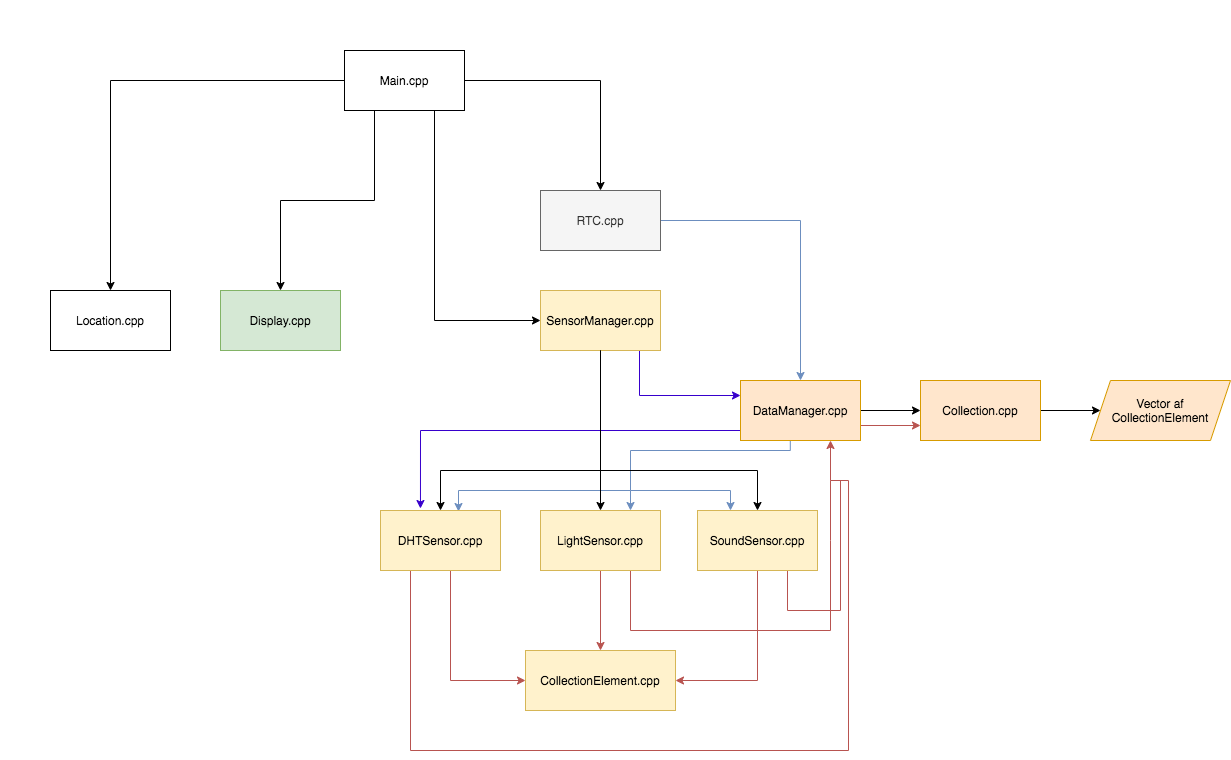
Earlier version of the draw.io export docs/img/class_thread_diagram.png (rasmus0201/ec3-office-monitor). Source tidied: cells renumbered, new cells last; positions are measured from the earlier drawing's top-left corner, leaving out a move shared by most shapes. The source it was exported from:
```xml
<mxGraphModel>
  <root>
    <mxCell id="0" />
    <mxCell id="1" parent="0" />
    <mxCell id="2" style="edgeStyle=orthogonalEdgeStyle;rounded=0;jettySize=auto;html=1;startArrow=none;startFill=0;endArrow=classic;endFill=1;entryX=0.5;entryY=0;entryDx=0;entryDy=0;" parent="1" edge="1" source="6" target="10">
      <mxGeometry relative="1" as="geometry" />
    </mxCell>
    <mxCell id="3" style="edgeStyle=orthogonalEdgeStyle;rounded=0;jettySize=auto;html=1;exitX=0.75;exitY=1;exitDx=0;exitDy=0;startArrow=none;startFill=0;endArrow=classic;endFill=1;entryX=0;entryY=0.5;entryDx=0;entryDy=0;" parent="1" edge="1" source="6" target="17">
      <mxGeometry relative="1" as="geometry" />
    </mxCell>
    <mxCell id="4" style="edgeStyle=orthogonalEdgeStyle;rounded=0;jettySize=auto;html=1;exitX=0.25;exitY=1;exitDx=0;exitDy=0;entryX=0.5;entryY=0;entryDx=0;entryDy=0;startArrow=none;startFill=0;endArrow=classic;endFill=1;" parent="1" edge="1" source="6" target="7">
      <mxGeometry relative="1" as="geometry" />
    </mxCell>
    <mxCell id="5" style="edgeStyle=orthogonalEdgeStyle;rounded=0;jettySize=auto;html=1;exitX=0;exitY=0.5;exitDx=0;exitDy=0;startArrow=none;startFill=0;endArrow=classic;endFill=1;" parent="1" edge="1" source="6" target="8">
      <mxGeometry relative="1" as="geometry" />
    </mxCell>
    <mxCell id="6" value="Main.cpp" style="rounded=0;whiteSpace=wrap;html=1;" parent="1" vertex="1">
      <mxGeometry x="294" width="120" height="60" as="geometry" />
    </mxCell>
    <mxCell id="7" value="Display.cpp" style="rounded=0;whiteSpace=wrap;html=1;fillColor=#d5e8d4;strokeColor=#82b366;" parent="1" vertex="1">
      <mxGeometry x="170" y="240" width="120" height="60" as="geometry" />
    </mxCell>
    <mxCell id="8" value="Location.cpp" style="rounded=0;whiteSpace=wrap;html=1;" parent="1" vertex="1">
      <mxGeometry y="240" width="120" height="60" as="geometry" />
    </mxCell>
    <mxCell id="9" style="edgeStyle=orthogonalEdgeStyle;rounded=0;jettySize=auto;html=1;entryX=0.5;entryY=0;entryDx=0;entryDy=0;startArrow=none;startFill=0;endArrow=classic;endFill=1;fillColor=#dae8fc;strokeColor=#6c8ebf;" parent="1" edge="1" source="10" target="16">
      <mxGeometry relative="1" as="geometry" />
    </mxCell>
    <mxCell id="10" value="RTC.cpp" style="rounded=0;whiteSpace=wrap;html=1;fillColor=#f5f5f5;strokeColor=#666666;fontColor=#333333;" parent="1" vertex="1">
      <mxGeometry x="490" y="140" width="120" height="60" as="geometry" />
    </mxCell>
    <mxCell id="11" style="edgeStyle=orthogonalEdgeStyle;rounded=0;jettySize=auto;html=1;entryX=0.825;entryY=0.983;entryDx=0;entryDy=0;endArrow=none;endFill=0;entryPerimeter=0;fillColor=#6a00ff;strokeColor=#3700CC;startArrow=classic;startFill=1;exitX=0;exitY=0.25;exitDx=0;exitDy=0;" parent="1" edge="1" source="16" target="17">
      <mxGeometry relative="1" as="geometry">
        <Array as="points">
          <mxPoint x="589" y="345" />
        </Array>
      </mxGeometry>
    </mxCell>
    <mxCell id="12" style="edgeStyle=orthogonalEdgeStyle;rounded=0;jettySize=auto;html=1;endArrow=classic;endFill=1;entryX=0.65;entryY=0.017;entryDx=0;entryDy=0;entryPerimeter=0;startArrow=none;startFill=0;fillColor=#dae8fc;strokeColor=#6c8ebf;exitX=0.415;exitY=1.01;exitDx=0;exitDy=0;exitPerimeter=0;" parent="1" edge="1" source="16" target="21">
      <mxGeometry relative="1" as="geometry">
        <Array as="points">
          <mxPoint x="740" y="400" />
          <mxPoint x="580" y="400" />
          <mxPoint x="580" y="440" />
          <mxPoint x="408" y="440" />
        </Array>
      </mxGeometry>
    </mxCell>
    <mxCell id="13" style="edgeStyle=orthogonalEdgeStyle;rounded=0;jettySize=auto;html=1;exitX=1;exitY=0.5;exitDx=0;exitDy=0;entryX=0;entryY=0.5;entryDx=0;entryDy=0;startArrow=none;startFill=0;endArrow=classic;endFill=1;" parent="1" edge="1" source="16" target="34">
      <mxGeometry relative="1" as="geometry" />
    </mxCell>
    <mxCell id="14" style="edgeStyle=orthogonalEdgeStyle;rounded=0;jettySize=auto;html=1;startArrow=none;startFill=0;endArrow=classic;endFill=1;entryX=0.333;entryY=-0.033;entryDx=0;entryDy=0;entryPerimeter=0;fillColor=#6a00ff;strokeColor=#3700CC;" parent="1" edge="1" target="21">
      <mxGeometry relative="1" as="geometry">
        <mxPoint x="690" y="380" as="sourcePoint" />
      </mxGeometry>
    </mxCell>
    <mxCell id="15" style="edgeStyle=orthogonalEdgeStyle;rounded=0;jettySize=auto;html=1;exitX=1;exitY=0.75;exitDx=0;exitDy=0;entryX=0;entryY=0.75;entryDx=0;entryDy=0;startArrow=none;startFill=0;endArrow=classic;endFill=1;fillColor=#f8cecc;strokeColor=#b85450;" parent="1" edge="1" source="16" target="34">
      <mxGeometry relative="1" as="geometry" />
    </mxCell>
    <mxCell id="16" value="DataManager.cpp" style="rounded=0;whiteSpace=wrap;html=1;fillColor=#ffe6cc;strokeColor=#d79b00;" parent="1" vertex="1">
      <mxGeometry x="690" y="330" width="120" height="60" as="geometry" />
    </mxCell>
    <mxCell id="17" value="SensorManager.cpp" style="rounded=0;whiteSpace=wrap;html=1;fillColor=#fff2cc;strokeColor=#d6b656;" parent="1" vertex="1">
      <mxGeometry x="490" y="240" width="120" height="60" as="geometry" />
    </mxCell>
    <mxCell id="18" style="edgeStyle=orthogonalEdgeStyle;rounded=0;jettySize=auto;html=1;endArrow=none;endFill=0;entryX=0.5;entryY=1;entryDx=0;entryDy=0;startArrow=classic;startFill=1;" parent="1" edge="1" source="21" target="17">
      <mxGeometry relative="1" as="geometry">
        <Array as="points">
          <mxPoint x="390" y="420" />
          <mxPoint x="550" y="420" />
        </Array>
      </mxGeometry>
    </mxCell>
    <mxCell id="19" style="edgeStyle=orthogonalEdgeStyle;rounded=0;jettySize=auto;html=1;startArrow=none;startFill=0;endArrow=classic;endFill=1;entryX=0;entryY=0.5;entryDx=0;entryDy=0;fillColor=#f8cecc;strokeColor=#b85450;" parent="1" edge="1" source="21" target="35">
      <mxGeometry relative="1" as="geometry">
        <Array as="points">
          <mxPoint x="400" y="630" />
        </Array>
      </mxGeometry>
    </mxCell>
    <mxCell id="20" style="edgeStyle=orthogonalEdgeStyle;rounded=0;jettySize=auto;html=1;exitX=0.25;exitY=1;exitDx=0;exitDy=0;startArrow=none;startFill=0;endArrow=classic;endFill=1;entryX=0.75;entryY=1;entryDx=0;entryDy=0;fillColor=#f8cecc;strokeColor=#b85450;" parent="1" edge="1" source="21" target="16">
      <mxGeometry relative="1" as="geometry">
        <Array as="points">
          <mxPoint x="360" y="700" />
          <mxPoint x="798" y="700" />
          <mxPoint x="798" y="430" />
          <mxPoint x="780" y="430" />
        </Array>
      </mxGeometry>
    </mxCell>
    <mxCell id="21" value="DHTSensor.cpp" style="rounded=0;whiteSpace=wrap;html=1;fillColor=#fff2cc;strokeColor=#d6b656;" parent="1" vertex="1">
      <mxGeometry x="330" y="460" width="120" height="60" as="geometry" />
    </mxCell>
    <mxCell id="22" style="edgeStyle=orthogonalEdgeStyle;rounded=0;jettySize=auto;html=1;endArrow=none;endFill=0;startArrow=classic;startFill=1;" parent="1" edge="1" source="25">
      <mxGeometry relative="1" as="geometry">
        <mxPoint x="550" y="410" as="targetPoint" />
      </mxGeometry>
    </mxCell>
    <mxCell id="23" style="edgeStyle=orthogonalEdgeStyle;rounded=0;jettySize=auto;html=1;entryX=0.5;entryY=0;entryDx=0;entryDy=0;startArrow=none;startFill=0;endArrow=classic;endFill=1;fillColor=#f8cecc;strokeColor=#b85450;" parent="1" edge="1" source="25" target="35">
      <mxGeometry relative="1" as="geometry" />
    </mxCell>
    <mxCell id="24" style="edgeStyle=orthogonalEdgeStyle;rounded=0;jettySize=auto;html=1;exitX=0.75;exitY=1;exitDx=0;exitDy=0;startArrow=none;startFill=0;endArrow=none;endFill=0;fillColor=#f8cecc;strokeColor=#b85450;" parent="1" edge="1" source="25">
      <mxGeometry relative="1" as="geometry">
        <mxPoint x="780" y="430" as="targetPoint" />
        <Array as="points">
          <mxPoint x="580" y="580" />
          <mxPoint x="780" y="580" />
          <mxPoint x="780" y="490" />
        </Array>
      </mxGeometry>
    </mxCell>
    <mxCell id="25" value="LightSensor.cpp" style="rounded=0;whiteSpace=wrap;html=1;fillColor=#fff2cc;strokeColor=#d6b656;" parent="1" vertex="1">
      <mxGeometry x="490" y="460" width="120" height="60" as="geometry" />
    </mxCell>
    <mxCell id="26" style="edgeStyle=orthogonalEdgeStyle;rounded=0;jettySize=auto;html=1;endArrow=none;endFill=0;entryX=0.5;entryY=1;entryDx=0;entryDy=0;startArrow=classic;startFill=1;" parent="1" edge="1" source="29" target="17">
      <mxGeometry relative="1" as="geometry">
        <Array as="points">
          <mxPoint x="707" y="420" />
          <mxPoint x="550" y="420" />
        </Array>
      </mxGeometry>
    </mxCell>
    <mxCell id="27" style="edgeStyle=orthogonalEdgeStyle;rounded=0;jettySize=auto;html=1;startArrow=none;startFill=0;endArrow=classic;endFill=1;entryX=1;entryY=0.5;entryDx=0;entryDy=0;fillColor=#f8cecc;strokeColor=#b85450;" parent="1" edge="1" source="29" target="35">
      <mxGeometry relative="1" as="geometry">
        <Array as="points">
          <mxPoint x="707" y="630" />
        </Array>
      </mxGeometry>
    </mxCell>
    <mxCell id="28" style="edgeStyle=orthogonalEdgeStyle;rounded=0;jettySize=auto;html=1;exitX=0.75;exitY=1;exitDx=0;exitDy=0;startArrow=none;startFill=0;endArrow=none;endFill=0;fillColor=#f8cecc;strokeColor=#b85450;" parent="1" edge="1" source="29">
      <mxGeometry relative="1" as="geometry">
        <mxPoint x="790" y="430" as="targetPoint" />
        <Array as="points">
          <mxPoint x="737" y="560" />
        </Array>
      </mxGeometry>
    </mxCell>
    <mxCell id="29" value="SoundSensor.cpp" style="rounded=0;whiteSpace=wrap;html=1;fillColor=#fff2cc;strokeColor=#d6b656;" parent="1" vertex="1">
      <mxGeometry x="647" y="460" width="120" height="60" as="geometry" />
    </mxCell>
    <mxCell id="30" style="endArrow=none;html=1;fillColor=#dae8fc;strokeColor=#6c8ebf;" parent="1" edge="1">
      <mxGeometry relative="1" as="geometry">
        <mxPoint x="580" y="440" as="sourcePoint" />
        <mxPoint x="680" y="440" as="targetPoint" />
      </mxGeometry>
    </mxCell>
    <mxCell id="31" style="endArrow=none;html=1;startArrow=classic;startFill=1;fillColor=#dae8fc;strokeColor=#6c8ebf;" parent="1" edge="1">
      <mxGeometry relative="1" as="geometry">
        <mxPoint x="680" y="460" as="sourcePoint" />
        <mxPoint x="680" y="440" as="targetPoint" />
      </mxGeometry>
    </mxCell>
    <mxCell id="32" style="endArrow=none;html=1;exitX=0.75;exitY=0;exitDx=0;exitDy=0;endFill=0;startArrow=classic;startFill=1;fillColor=#dae8fc;strokeColor=#6c8ebf;" parent="1" edge="1" source="25">
      <mxGeometry relative="1" as="geometry">
        <mxPoint x="580" y="440" as="targetPoint" />
      </mxGeometry>
    </mxCell>
    <mxCell id="33" style="edgeStyle=orthogonalEdgeStyle;rounded=0;jettySize=auto;html=1;entryX=0;entryY=0.5;entryDx=0;entryDy=0;startArrow=none;startFill=0;endArrow=classic;endFill=1;" parent="1" edge="1" source="34" target="36">
      <mxGeometry relative="1" as="geometry" />
    </mxCell>
    <mxCell id="34" value="Collection.cpp" style="rounded=0;whiteSpace=wrap;html=1;fillColor=#ffe6cc;strokeColor=#d79b00;" parent="1" vertex="1">
      <mxGeometry x="870" y="330" width="120" height="60" as="geometry" />
    </mxCell>
    <mxCell id="35" value="CollectionElement.cpp" style="rounded=0;whiteSpace=wrap;html=1;fillColor=#fff2cc;strokeColor=#d6b656;" parent="1" vertex="1">
      <mxGeometry x="475" y="600" width="150" height="60" as="geometry" />
    </mxCell>
    <mxCell id="36" value="Vector af CollectionElement" style="shape=parallelogram;perimeter=parallelogramPerimeter;whiteSpace=wrap;html=1;fixedSize=1;fillColor=#ffe6cc;strokeColor=#d79b00;" parent="1" vertex="1">
      <mxGeometry x="1040" y="330" width="140" height="60" as="geometry" />
    </mxCell>
  </root>
</mxGraphModel>
```
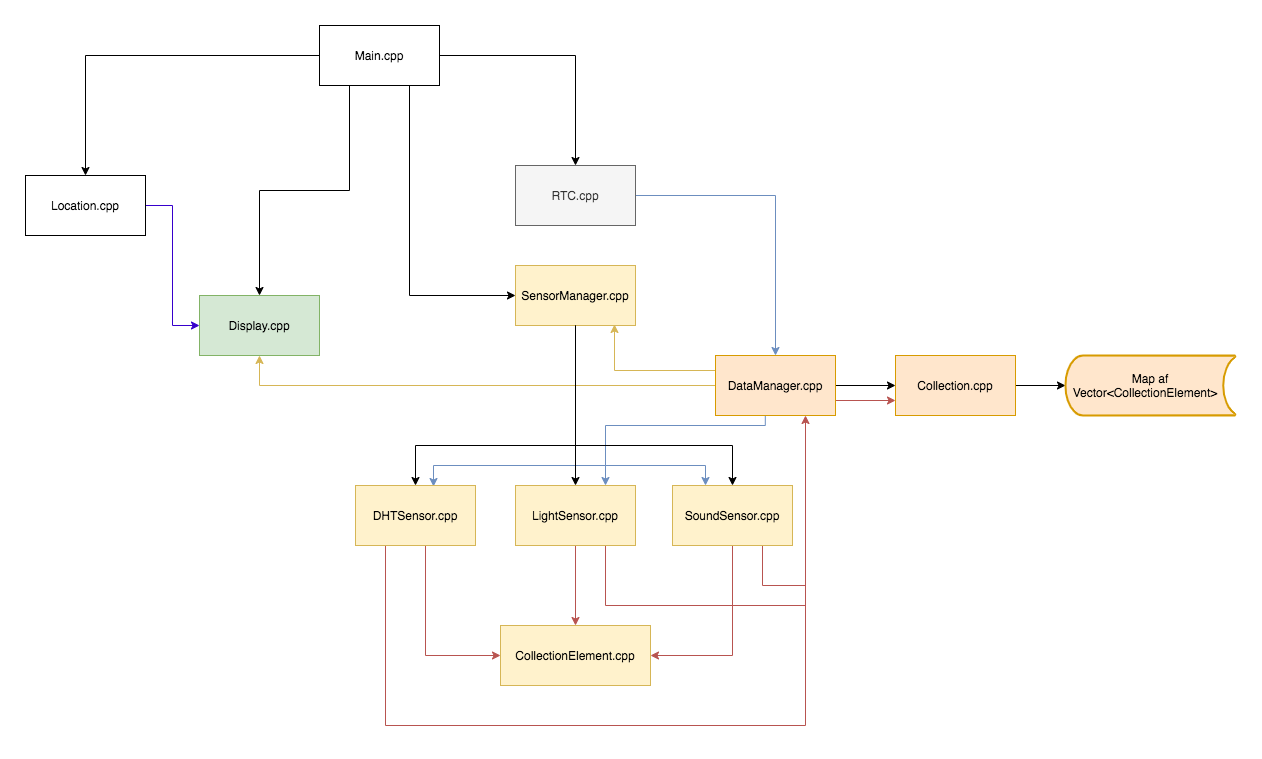
After the change.

Commit message:
update class thread diagram

What changed in the source:
```diff
@@ -18,10 +18,13 @@
       <mxGeometry x="294" width="120" height="60" as="geometry" />
     </mxCell>
     <mxCell id="7" value="Display.cpp" style="rounded=0;whiteSpace=wrap;html=1;fillColor=#d5e8d4;strokeColor=#82b366;" parent="1" vertex="1">
-      <mxGeometry x="170" y="240" width="120" height="60" as="geometry" />
+      <mxGeometry x="174" y="270" width="120" height="60" as="geometry" />
     </mxCell>
+    <mxCell id="37" style="edgeStyle=orthogonalEdgeStyle;rounded=0;jettySize=auto;html=1;entryX=0;entryY=0.5;entryDx=0;entryDy=0;startArrow=none;startFill=0;endArrow=classic;endFill=1;fillColor=#6a00ff;strokeColor=#3700CC;" parent="1" edge="1" source="8" target="7">
+      <mxGeometry relative="1" as="geometry" />
+    </mxCell>
     <mxCell id="8" value="Location.cpp" style="rounded=0;whiteSpace=wrap;html=1;" parent="1" vertex="1">
-      <mxGeometry y="240" width="120" height="60" as="geometry" />
+      <mxGeometry y="150" width="120" height="60" as="geometry" />
     </mxCell>
     <mxCell id="9" style="edgeStyle=orthogonalEdgeStyle;rounded=0;jettySize=auto;html=1;entryX=0.5;entryY=0;entryDx=0;entryDy=0;startArrow=none;startFill=0;endArrow=classic;endFill=1;fillColor=#dae8fc;strokeColor=#6c8ebf;" parent="1" edge="1" source="10" target="16">
       <mxGeometry relative="1" as="geometry" />
@@ -29,7 +32,7 @@
     <mxCell id="10" value="RTC.cpp" style="rounded=0;whiteSpace=wrap;html=1;fillColor=#f5f5f5;strokeColor=#666666;fontColor=#333333;" parent="1" vertex="1">
       <mxGeometry x="490" y="140" width="120" height="60" as="geometry" />
     </mxCell>
-    <mxCell id="11" style="edgeStyle=orthogonalEdgeStyle;rounded=0;jettySize=auto;html=1;entryX=0.825;entryY=0.983;entryDx=0;entryDy=0;endArrow=none;endFill=0;entryPerimeter=0;fillColor=#6a00ff;strokeColor=#3700CC;startArrow=classic;startFill=1;exitX=0;exitY=0.25;exitDx=0;exitDy=0;" parent="1" edge="1" source="16" target="17">
+    <mxCell id="11" style="edgeStyle=orthogonalEdgeStyle;rounded=0;jettySize=auto;html=1;entryX=0.825;entryY=0.983;entryDx=0;entryDy=0;endArrow=classic;endFill=1;entryPerimeter=0;fillColor=#fff2cc;strokeColor=#d6b656;startArrow=none;startFill=0;exitX=0;exitY=0.25;exitDx=0;exitDy=0;" parent="1" edge="1" source="16" target="17">
       <mxGeometry relative="1" as="geometry">
         <Array as="points">
           <mxPoint x="589" y="345" />
@@ -49,14 +52,12 @@
     <mxCell id="13" style="edgeStyle=orthogonalEdgeStyle;rounded=0;jettySize=auto;html=1;exitX=1;exitY=0.5;exitDx=0;exitDy=0;entryX=0;entryY=0.5;entryDx=0;entryDy=0;startArrow=none;startFill=0;endArrow=classic;endFill=1;" parent="1" edge="1" source="16" target="34">
       <mxGeometry relative="1" as="geometry" />
     </mxCell>
-    <mxCell id="14" style="edgeStyle=orthogonalEdgeStyle;rounded=0;jettySize=auto;html=1;startArrow=none;startFill=0;endArrow=classic;endFill=1;entryX=0.333;entryY=-0.033;entryDx=0;entryDy=0;entryPerimeter=0;fillColor=#6a00ff;strokeColor=#3700CC;" parent="1" edge="1" target="21">
-      <mxGeometry relative="1" as="geometry">
-        <mxPoint x="690" y="380" as="sourcePoint" />
-      </mxGeometry>
-    </mxCell>
     <mxCell id="15" style="edgeStyle=orthogonalEdgeStyle;rounded=0;jettySize=auto;html=1;exitX=1;exitY=0.75;exitDx=0;exitDy=0;entryX=0;entryY=0.75;entryDx=0;entryDy=0;startArrow=none;startFill=0;endArrow=classic;endFill=1;fillColor=#f8cecc;strokeColor=#b85450;" parent="1" edge="1" source="16" target="34">
       <mxGeometry relative="1" as="geometry" />
     </mxCell>
+    <mxCell id="38" style="edgeStyle=orthogonalEdgeStyle;rounded=0;jettySize=auto;html=1;entryX=0.5;entryY=1;entryDx=0;entryDy=0;startArrow=none;startFill=0;endArrow=classic;endFill=1;fillColor=#fff2cc;strokeColor=#d6b656;" parent="1" edge="1" source="16" target="7">
+      <mxGeometry relative="1" as="geometry" />
+    </mxCell>
     <mxCell id="16" value="DataManager.cpp" style="rounded=0;whiteSpace=wrap;html=1;fillColor=#ffe6cc;strokeColor=#d79b00;" parent="1" vertex="1">
       <mxGeometry x="690" y="330" width="120" height="60" as="geometry" />
     </mxCell>
@@ -82,9 +83,7 @@
       <mxGeometry relative="1" as="geometry">
         <Array as="points">
           <mxPoint x="360" y="700" />
-          <mxPoint x="798" y="700" />
-          <mxPoint x="798" y="430" />
-          <mxPoint x="780" y="430" />
+          <mxPoint x="780" y="700" />
         </Array>
       </mxGeometry>
     </mxCell>
@@ -129,9 +128,11 @@
     </mxCell>
     <mxCell id="28" style="edgeStyle=orthogonalEdgeStyle;rounded=0;jettySize=auto;html=1;exitX=0.75;exitY=1;exitDx=0;exitDy=0;startArrow=none;startFill=0;endArrow=none;endFill=0;fillColor=#f8cecc;strokeColor=#b85450;" parent="1" edge="1" source="29">
       <mxGeometry relative="1" as="geometry">
-        <mxPoint x="790" y="430" as="targetPoint" />
+        <mxPoint x="780" y="410" as="targetPoint" />
         <Array as="points">
           <mxPoint x="737" y="560" />
+          <mxPoint x="780" y="560" />
+          <mxPoint x="780" y="430" />
         </Array>
       </mxGeometry>
     </mxCell>
@@ -155,7 +156,7 @@
         <mxPoint x="580" y="440" as="targetPoint" />
       </mxGeometry>
     </mxCell>
-    <mxCell id="33" style="edgeStyle=orthogonalEdgeStyle;rounded=0;jettySize=auto;html=1;entryX=0;entryY=0.5;entryDx=0;entryDy=0;startArrow=none;startFill=0;endArrow=classic;endFill=1;" parent="1" edge="1" source="34" target="36">
+    <mxCell id="33" style="edgeStyle=orthogonalEdgeStyle;rounded=0;jettySize=auto;html=1;entryX=0;entryY=0.5;entryDx=0;entryDy=0;startArrow=none;startFill=0;endArrow=classic;endFill=1;entryPerimeter=0;" parent="1" edge="1" source="34" target="39">
       <mxGeometry relative="1" as="geometry" />
     </mxCell>
     <mxCell id="34" value="Collection.cpp" style="rounded=0;whiteSpace=wrap;html=1;fillColor=#ffe6cc;strokeColor=#d79b00;" parent="1" vertex="1">
@@ -164,8 +165,8 @@
     <mxCell id="35" value="CollectionElement.cpp" style="rounded=0;whiteSpace=wrap;html=1;fillColor=#fff2cc;strokeColor=#d6b656;" parent="1" vertex="1">
       <mxGeometry x="475" y="600" width="150" height="60" as="geometry" />
     </mxCell>
-    <mxCell id="36" value="Vector af CollectionElement" style="shape=parallelogram;perimeter=parallelogramPerimeter;whiteSpace=wrap;html=1;fixedSize=1;fillColor=#ffe6cc;strokeColor=#d79b00;" parent="1" vertex="1">
-      <mxGeometry x="1040" y="330" width="140" height="60" as="geometry" />
-    </mxCell>
+    <mxCell id="39" value="&lt;span&gt;Map af Vector&amp;lt;CollectionElement&amp;gt;&amp;nbsp; &amp;nbsp;&lt;/span&gt;" style="strokeWidth=2;html=1;shape=mxgraph.flowchart.stored_data;whiteSpace=wrap;fillColor=#ffe6cc;strokeColor=#d79b00;" parent="1" vertex="1">
+      <mxGeometry x="1040" y="330" width="170" height="60" as="geometry" />
+    </mxCell>
   </root>
 </mxGraphModel>
```
